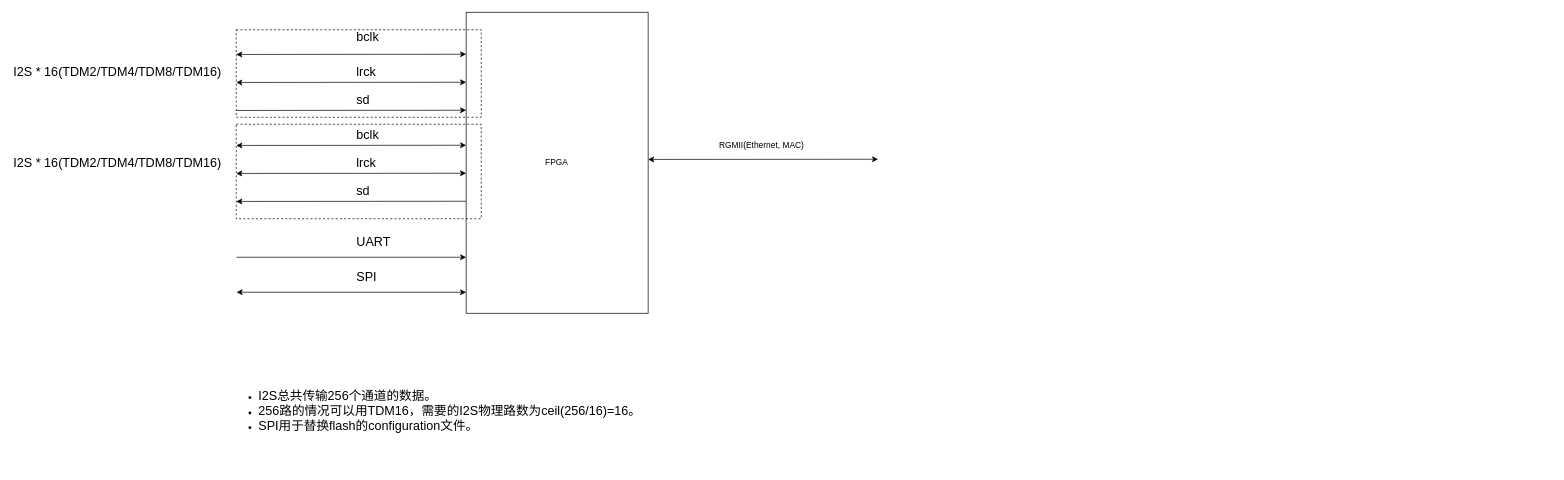
Earlier version of the draw.io diagram page "FPGA方案" (2 of 4) of Audio-Ethernet.drawio (gdhzyz/draws). Source tidied: cells renumbered, new cells numbered last; positions are measured from the earlier drawing's top-left corner, leaving out a move shared by most shapes. Both pictures are drawn from the tidied source at 70%, with x=0, y=0 at pixel (12, 12).
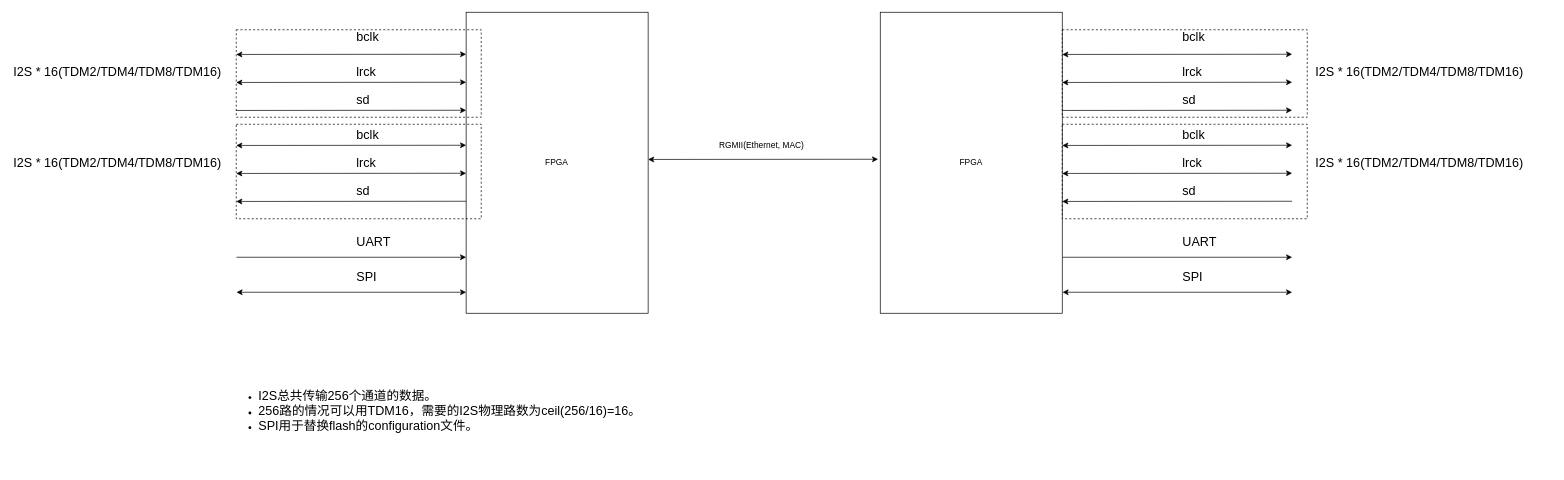
After the change.

What changed in the source:
```diff
@@
+    <mxCell id="26" value="FPGA" style="rounded=0;whiteSpace=wrap;html=1;" parent="1" vertex="1">
+      <mxGeometry x="1240" width="260" height="430" as="geometry" />
+    </mxCell>
+    <mxCell id="27" style="endArrow=classic;html=1;rounded=0;entryX=-0.006;entryY=0.511;entryDx=0;entryDy=0;entryPerimeter=0;startArrow=classic;startFill=1;" parent="1" edge="1">
+      <mxGeometry relative="1" as="geometry">
+        <mxPoint x="1500" y="60.3" as="sourcePoint" />
+        <mxPoint x="1828.4" y="60" as="targetPoint" />
+      </mxGeometry>
+    </mxCell>
+    <mxCell id="28" style="endArrow=classic;html=1;rounded=0;entryX=-0.006;entryY=0.511;entryDx=0;entryDy=0;entryPerimeter=0;" parent="1" edge="1">
+      <mxGeometry relative="1" as="geometry">
+        <mxPoint x="1500.4" y="350" as="sourcePoint" />
+        <mxPoint x="1828.4" y="350" as="targetPoint" />
+      </mxGeometry>
+    </mxCell>
+    <mxCell id="29" value="&lt;span style=&quot;font-size: 18px; background-color: initial;&quot;&gt;UART&lt;/span&gt;" style="text;strokeColor=none;align=left;fillColor=none;html=1;verticalAlign=middle;whiteSpace=wrap;rounded=0;imageAspect=1;imageAlign=left;" parent="1" vertex="1">
+      <mxGeometry x="1670.4" y="308" width="60" height="40" as="geometry" />
+    </mxCell>
+    <mxCell id="30" style="endArrow=classic;html=1;rounded=0;entryX=-0.006;entryY=0.511;entryDx=0;entryDy=0;entryPerimeter=0;startArrow=classic;startFill=1;" parent="1" edge="1">
+      <mxGeometry relative="1" as="geometry">
+        <mxPoint x="1500" y="100.3" as="sourcePoint" />
+        <mxPoint x="1828.4" y="100" as="targetPoint" />
+      </mxGeometry>
+    </mxCell>
+    <mxCell id="31" style="endArrow=classic;html=1;rounded=0;entryX=-0.006;entryY=0.511;entryDx=0;entryDy=0;entryPerimeter=0;" parent="1" edge="1">
+      <mxGeometry relative="1" as="geometry">
+        <mxPoint x="1500" y="140.3" as="sourcePoint" />
+        <mxPoint x="1828.4" y="140" as="targetPoint" />
+      </mxGeometry>
+    </mxCell>
+    <mxCell id="32" value="&lt;span style=&quot;background-color: initial; font-size: 18px;&quot;&gt;bclk&lt;/span&gt;" style="text;strokeColor=none;align=left;fillColor=none;html=1;verticalAlign=middle;whiteSpace=wrap;rounded=0;imageAspect=1;imageAlign=left;" parent="1" vertex="1">
+      <mxGeometry x="1670" y="10" width="110" height="50" as="geometry" />
+    </mxCell>
+    <mxCell id="33" value="&lt;span style=&quot;font-size: 18px; background-color: initial;&quot;&gt;lrck&lt;/span&gt;" style="text;strokeColor=none;align=left;fillColor=none;html=1;verticalAlign=middle;whiteSpace=wrap;rounded=0;imageAspect=1;imageAlign=left;" parent="1" vertex="1">
+      <mxGeometry x="1670" y="60" width="110" height="50" as="geometry" />
+    </mxCell>
+    <mxCell id="34" value="&lt;span style=&quot;font-size: 18px; background-color: initial;&quot;&gt;sd&lt;/span&gt;" style="text;strokeColor=none;align=left;fillColor=none;html=1;verticalAlign=middle;whiteSpace=wrap;rounded=0;imageAspect=1;imageAlign=left;" parent="1" vertex="1">
+      <mxGeometry x="1670" y="100" width="110" height="50" as="geometry" />
+    </mxCell>
+    <mxCell id="35" style="endArrow=classic;html=1;rounded=0;entryX=-0.006;entryY=0.511;entryDx=0;entryDy=0;entryPerimeter=0;startArrow=classic;startFill=1;" parent="1" edge="1">
+      <mxGeometry relative="1" as="geometry">
+        <mxPoint x="1500" y="190.3" as="sourcePoint" />
+        <mxPoint x="1828.4" y="190" as="targetPoint" />
+      </mxGeometry>
+    </mxCell>
+    <mxCell id="36" style="endArrow=classic;html=1;rounded=0;entryX=-0.006;entryY=0.511;entryDx=0;entryDy=0;entryPerimeter=0;startArrow=classic;startFill=1;" parent="1" edge="1">
+      <mxGeometry relative="1" as="geometry">
+        <mxPoint x="1500" y="230.3" as="sourcePoint" />
+        <mxPoint x="1828.4" y="230" as="targetPoint" />
+      </mxGeometry>
+    </mxCell>
+    <mxCell id="37" style="endArrow=classic;html=1;rounded=0;entryX=-0.006;entryY=0.511;entryDx=0;entryDy=0;entryPerimeter=0;" parent="1" edge="1">
+      <mxGeometry relative="1" as="geometry">
+        <mxPoint x="1828.4" y="270" as="sourcePoint" />
+        <mxPoint x="1500" y="270.3" as="targetPoint" />
+      </mxGeometry>
+    </mxCell>
+    <mxCell id="38" value="&lt;span style=&quot;background-color: initial; font-size: 18px;&quot;&gt;bclk&lt;/span&gt;" style="text;strokeColor=none;align=left;fillColor=none;html=1;verticalAlign=middle;whiteSpace=wrap;rounded=0;imageAspect=1;imageAlign=left;" parent="1" vertex="1">
+      <mxGeometry x="1670" y="150" width="110" height="50" as="geometry" />
+    </mxCell>
+    <mxCell id="39" value="&lt;span style=&quot;font-size: 18px; background-color: initial;&quot;&gt;lrck&lt;/span&gt;" style="text;strokeColor=none;align=left;fillColor=none;html=1;verticalAlign=middle;whiteSpace=wrap;rounded=0;imageAspect=1;imageAlign=left;" parent="1" vertex="1">
+      <mxGeometry x="1670" y="190" width="110" height="50" as="geometry" />
+    </mxCell>
+    <mxCell id="40" value="&lt;span style=&quot;font-size: 18px; background-color: initial;&quot;&gt;sd&lt;/span&gt;" style="text;strokeColor=none;align=left;fillColor=none;html=1;verticalAlign=middle;whiteSpace=wrap;rounded=0;imageAspect=1;imageAlign=left;" parent="1" vertex="1">
+      <mxGeometry x="1670" y="230" width="110" height="50" as="geometry" />
+    </mxCell>
+    <mxCell id="41" style="rounded=0;whiteSpace=wrap;html=1;fillStyle=auto;dashed=1;fillColor=none;" parent="1" vertex="1">
+      <mxGeometry x="1500" y="25" width="350" height="125" as="geometry" />
+    </mxCell>
+    <mxCell id="42" style="rounded=0;whiteSpace=wrap;html=1;fillStyle=auto;dashed=1;fillColor=none;" parent="1" vertex="1">
+      <mxGeometry x="1500" y="160" width="350" height="135" as="geometry" />
+    </mxCell>
+    <mxCell id="43" style="endArrow=classic;html=1;rounded=0;entryX=-0.006;entryY=0.511;entryDx=0;entryDy=0;entryPerimeter=0;startArrow=classic;startFill=1;" parent="1" edge="1">
+      <mxGeometry relative="1" as="geometry">
+        <mxPoint x="1500.4" y="400" as="sourcePoint" />
+        <mxPoint x="1828.4" y="400" as="targetPoint" />
+      </mxGeometry>
+    </mxCell>
+    <mxCell id="44" value="&lt;span style=&quot;font-size: 18px; background-color: initial;&quot;&gt;SPI&lt;/span&gt;" style="text;strokeColor=none;align=left;fillColor=none;html=1;verticalAlign=middle;whiteSpace=wrap;rounded=0;imageAspect=1;imageAlign=left;" parent="1" vertex="1">
+      <mxGeometry x="1670.4" y="358" width="60" height="40" as="geometry" />
+    </mxCell>
+    <mxCell id="45" value="&lt;span style=&quot;font-size: 18px; background-color: initial;&quot;&gt;I2S * 16(TDM2/TDM4/TDM8/TDM16)&lt;/span&gt;" style="text;strokeColor=none;align=left;fillColor=none;html=1;verticalAlign=middle;whiteSpace=wrap;rounded=0;imageAspect=1;imageAlign=left;" parent="1" vertex="1">
+      <mxGeometry x="1860" y="35" width="340" height="100" as="geometry" />
+    </mxCell>
+    <mxCell id="46" value="&lt;span style=&quot;font-size: 18px; background-color: initial;&quot;&gt;I2S * 16(TDM2/TDM4/TDM8/TDM16)&lt;/span&gt;" style="text;strokeColor=none;align=left;fillColor=none;html=1;verticalAlign=middle;whiteSpace=wrap;rounded=0;imageAspect=1;imageAlign=left;" parent="1" vertex="1">
+      <mxGeometry x="1860" y="165" width="340" height="100" as="geometry" />
+    </mxCell>
```
